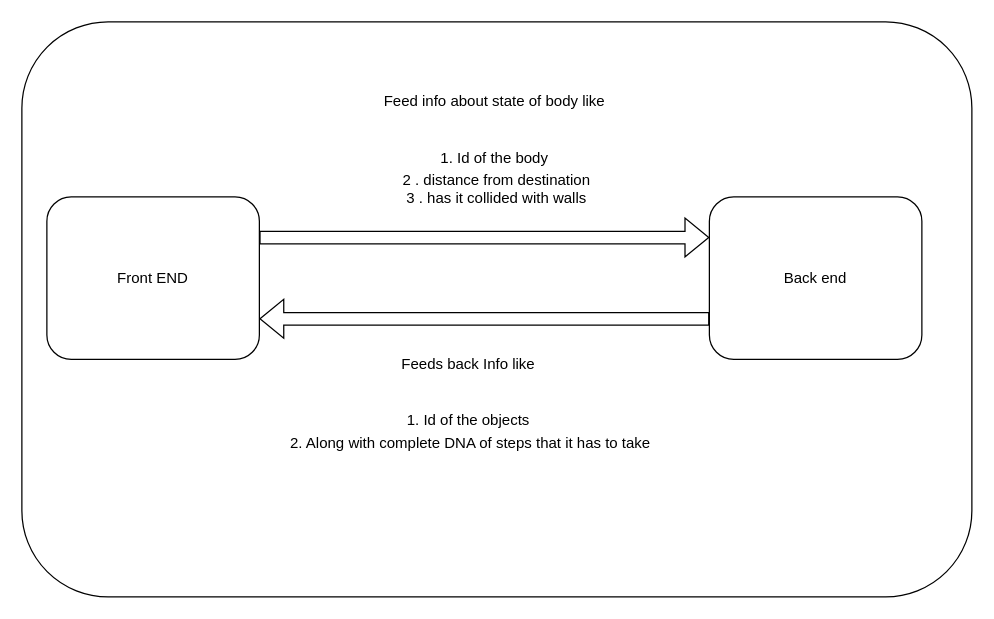
Earlier version of the draw.io diagram yv_backend/yv_storage_area/Complete_diagram_area.drawio (Akaalis-code/yv_project_x). Source tidied: cells renumbered, new cells numbered last; positions are measured from the earlier drawing's top-left corner, leaving out a move shared by most shapes. Both pictures are drawn from the tidied source at 125%, with x=0, y=0 at pixel (21, 21).
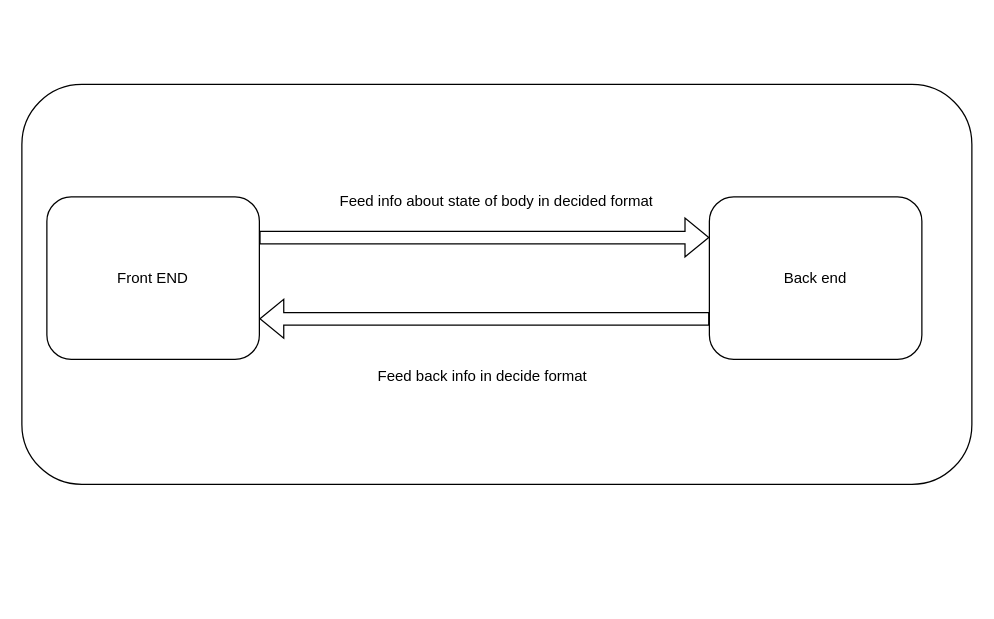
The same diagram, later.

Commit message (it also covers changes not shown here):
Better diagram

The edit, as a diff of the source:
```diff
@@
 <mxGraphModel>
   <root>
     <mxCell id="0" />
     <mxCell id="1" parent="0" />
     <mxCell id="2" style="rounded=1;whiteSpace=wrap;html=1;" parent="1" vertex="1">
-      <mxGeometry width="760" height="460" as="geometry" />
+      <mxGeometry y="50" width="760" height="320" as="geometry" />
     </mxCell>
     <mxCell id="3" value="Front END" style="rounded=1;whiteSpace=wrap;html=1;" parent="1" vertex="1">
       <mxGeometry x="20" y="140" width="170" height="130" as="geometry" />
     </mxCell>
     <mxCell id="4" value="Back end" style="rounded=1;whiteSpace=wrap;html=1;" parent="1" vertex="1">
       <mxGeometry x="550" y="140" width="170" height="130" as="geometry" />
     </mxCell>
     <mxCell id="5" style="shape=flexArrow;endArrow=classic;html=1;rounded=0;exitX=1;exitY=0.25;exitDx=0;exitDy=0;entryX=0;entryY=0.25;entryDx=0;entryDy=0;" parent="1" edge="1" source="3" target="4">
       <mxGeometry relative="1" as="geometry" />
     </mxCell>
     <mxCell id="6" style="shape=flexArrow;endArrow=classic;html=1;rounded=0;exitX=0;exitY=0.75;exitDx=0;exitDy=0;entryX=1;entryY=0.75;entryDx=0;entryDy=0;" parent="1" edge="1" source="4" target="3">
       <mxGeometry relative="1" as="geometry" />
     </mxCell>
-    <mxCell id="7" value="&lt;h1 style=&quot;&quot;&gt;&lt;span style=&quot;background-color: initial; font-size: 12px; font-weight: normal;&quot;&gt;Feed info about state of body like&amp;nbsp;&lt;/span&gt;&lt;br&gt;&lt;/h1&gt;&lt;h1&gt;&lt;div style=&quot;&quot;&gt;&lt;span style=&quot;font-size: 12px; font-weight: 400; background-color: initial;&quot;&gt;1. Id of the body&amp;nbsp;&lt;/span&gt;&lt;/div&gt;&lt;span style=&quot;font-size: 12px; font-weight: 400;&quot;&gt;&lt;div style=&quot;&quot;&gt;&lt;span style=&quot;background-color: initial;&quot;&gt;2 . distance from destination&lt;/span&gt;&lt;/div&gt;&lt;/span&gt;&lt;span style=&quot;font-size: 12px; font-weight: 400;&quot;&gt;&lt;div style=&quot;&quot;&gt;&lt;span style=&quot;background-color: initial;&quot;&gt;3 . has it collided with walls&lt;/span&gt;&lt;/div&gt;&lt;/span&gt;&lt;/h1&gt;" style="text;html=1;strokeColor=none;fillColor=none;spacing=5;spacingTop=-20;whiteSpace=wrap;overflow=hidden;rounded=0;align=center;" parent="1" vertex="1">
-      <mxGeometry x="280" y="40" width="200" height="120" as="geometry" />
+    <mxCell id="7" value="&lt;h1 style=&quot;&quot;&gt;&lt;span style=&quot;background-color: initial; font-size: 12px; font-weight: normal;&quot;&gt;Feed info about state of body in decided format&lt;/span&gt;&lt;/h1&gt;" style="text;html=1;strokeColor=none;fillColor=none;spacing=5;spacingTop=-20;whiteSpace=wrap;overflow=hidden;rounded=0;align=center;" parent="1" vertex="1">
+      <mxGeometry x="240" y="120" width="280" height="40" as="geometry" />
     </mxCell>
-    <mxCell id="8" value="&lt;h1 style=&quot;text-align: center;&quot;&gt;&lt;span style=&quot;background-color: initial; font-size: 12px; font-weight: normal;&quot;&gt;Feeds back Info like&amp;nbsp;&lt;/span&gt;&lt;br&gt;&lt;/h1&gt;&lt;h1&gt;&lt;div style=&quot;text-align: center;&quot;&gt;&lt;span style=&quot;font-size: 12px; font-weight: 400; background-color: initial;&quot;&gt;1. Id of the objects&amp;nbsp;&lt;/span&gt;&lt;/div&gt;&lt;span style=&quot;font-size: 12px; font-weight: 400;&quot;&gt;&lt;div style=&quot;text-align: center;&quot;&gt;&lt;span style=&quot;background-color: initial;&quot;&gt;2. Along with complete DNA of steps that it has to take&lt;/span&gt;&lt;/div&gt;&lt;/span&gt;&lt;/h1&gt;" style="text;html=1;strokeColor=none;fillColor=none;spacing=5;spacingTop=-20;whiteSpace=wrap;overflow=hidden;rounded=0;" parent="1" vertex="1">
-      <mxGeometry x="210" y="250" width="330" height="100" as="geometry" />
+    <mxCell id="8" value="&lt;h1 style=&quot;text-align: center;&quot;&gt;&lt;span style=&quot;font-size: 12px; font-weight: 400;&quot;&gt;Feed back info in decide format&amp;nbsp;&lt;/span&gt;&lt;/h1&gt;" style="text;html=1;strokeColor=none;fillColor=none;spacing=5;spacingTop=-20;whiteSpace=wrap;overflow=hidden;rounded=0;" parent="1" vertex="1">
+      <mxGeometry x="280" y="260" width="200" height="40" as="geometry" />
     </mxCell>
   </root>
 </mxGraphModel>
```
